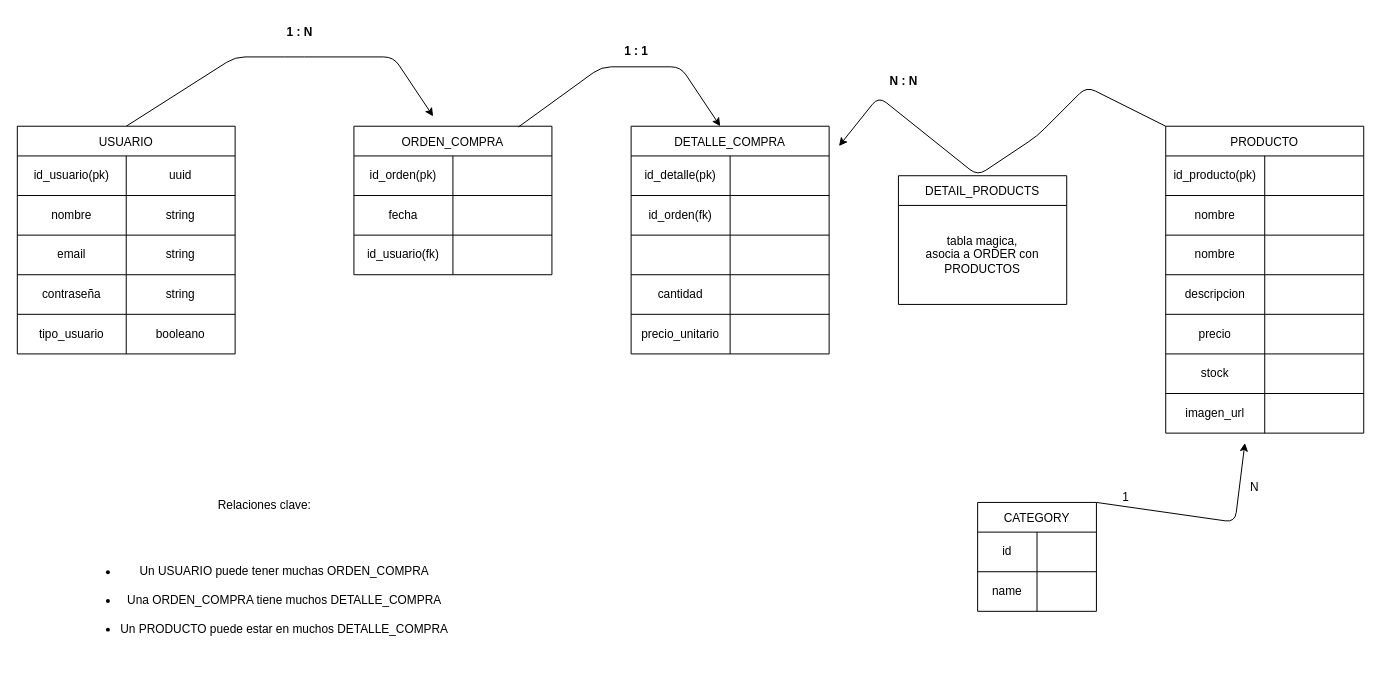
This is demo.dio from lessslie/e-commerce, a draw.io file, before an edit. Source tidied: cells renumbered, new cells numbered last; positions are measured from the earlier drawing's top-left corner, leaving out a move shared by most shapes. Both pictures are drawn from the tidied source at 99%, with x=0, y=0 at pixel (17, 17).
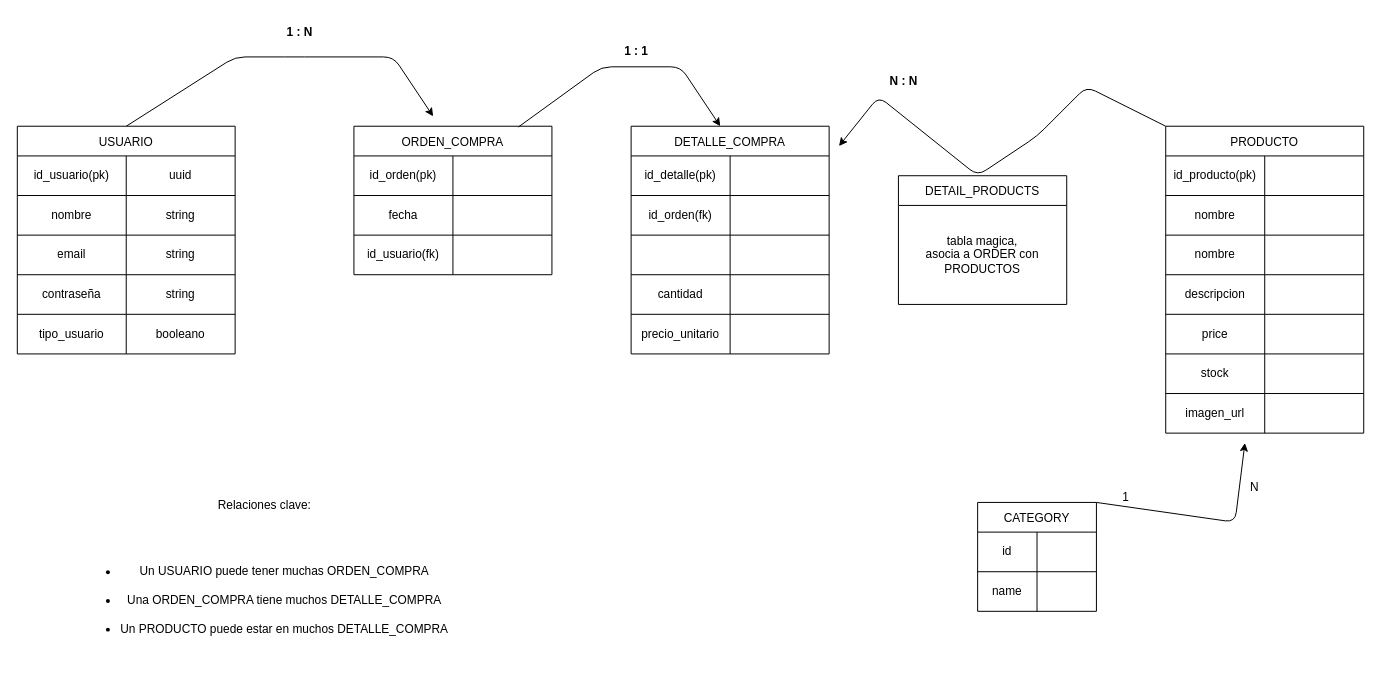
The same diagram, later.

Unchanged cells that the change refers to:
```xml
<mxCell id="59" style="shape=tableRow;horizontal=0;startSize=0;swimlaneHead=0;swimlaneBody=0;top=0;left=0;bottom=0;right=0;fillColor=none;" parent="46" vertex="1">
  <mxGeometry y="190" width="200" height="40" as="geometry" />
</mxCell>
```

What changed in the source:
```diff
@@
-    <mxCell id="60" value="precio" style="shape=partialRectangle;html=1;whiteSpace=wrap;overflow=hidden;fillColor=none;top=0;left=0;bottom=0;right=0;" parent="59" vertex="1">
+    <mxCell id="60" value="price" style="shape=partialRectangle;html=1;whiteSpace=wrap;overflow=hidden;fillColor=none;top=0;left=0;bottom=0;right=0;" parent="59" vertex="1">
       <mxGeometry width="100" height="40" as="geometry" />
     </mxCell>
```
